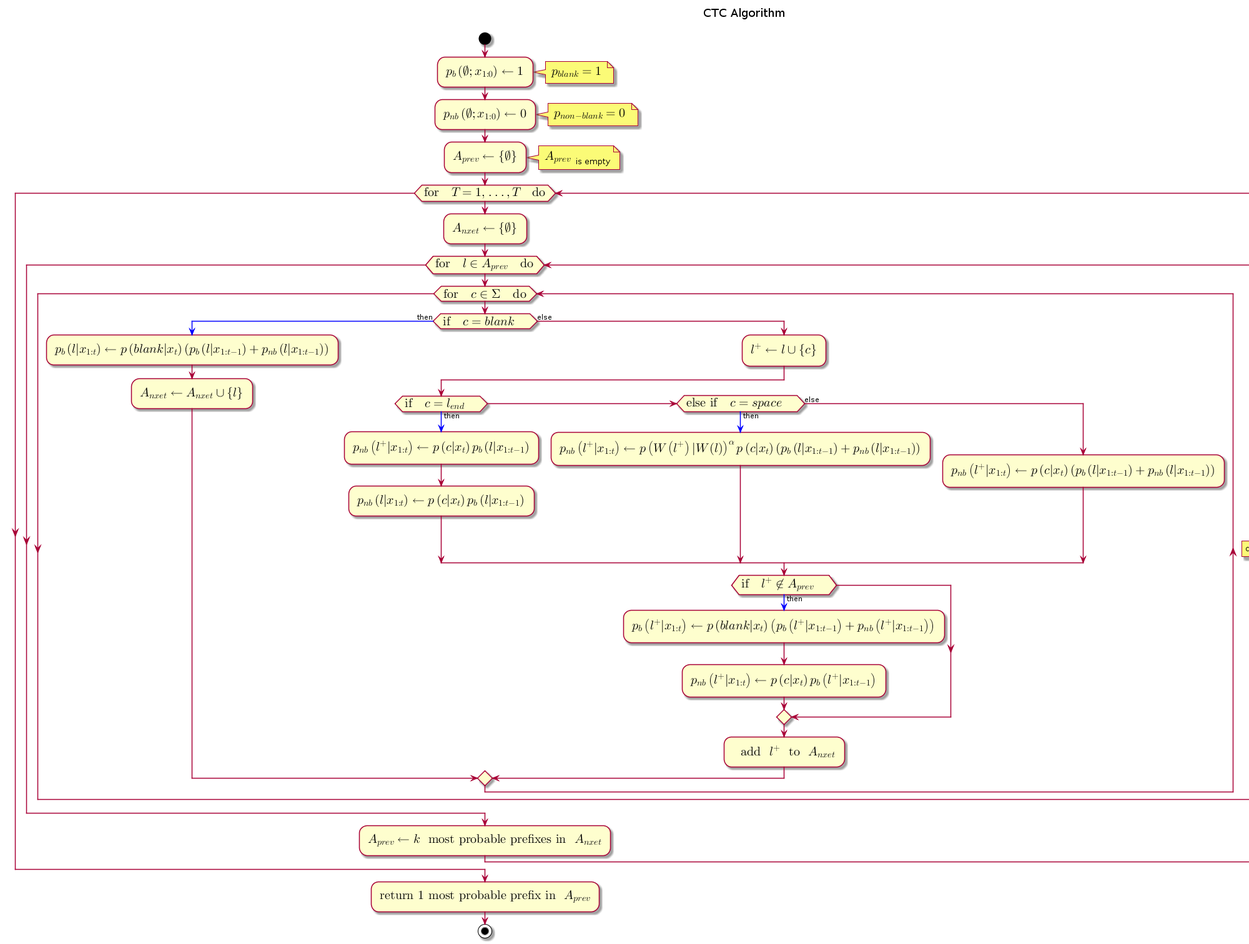
Earlier version of the PlantUML export thesis/images/ctc.png (u1273400/thesis).
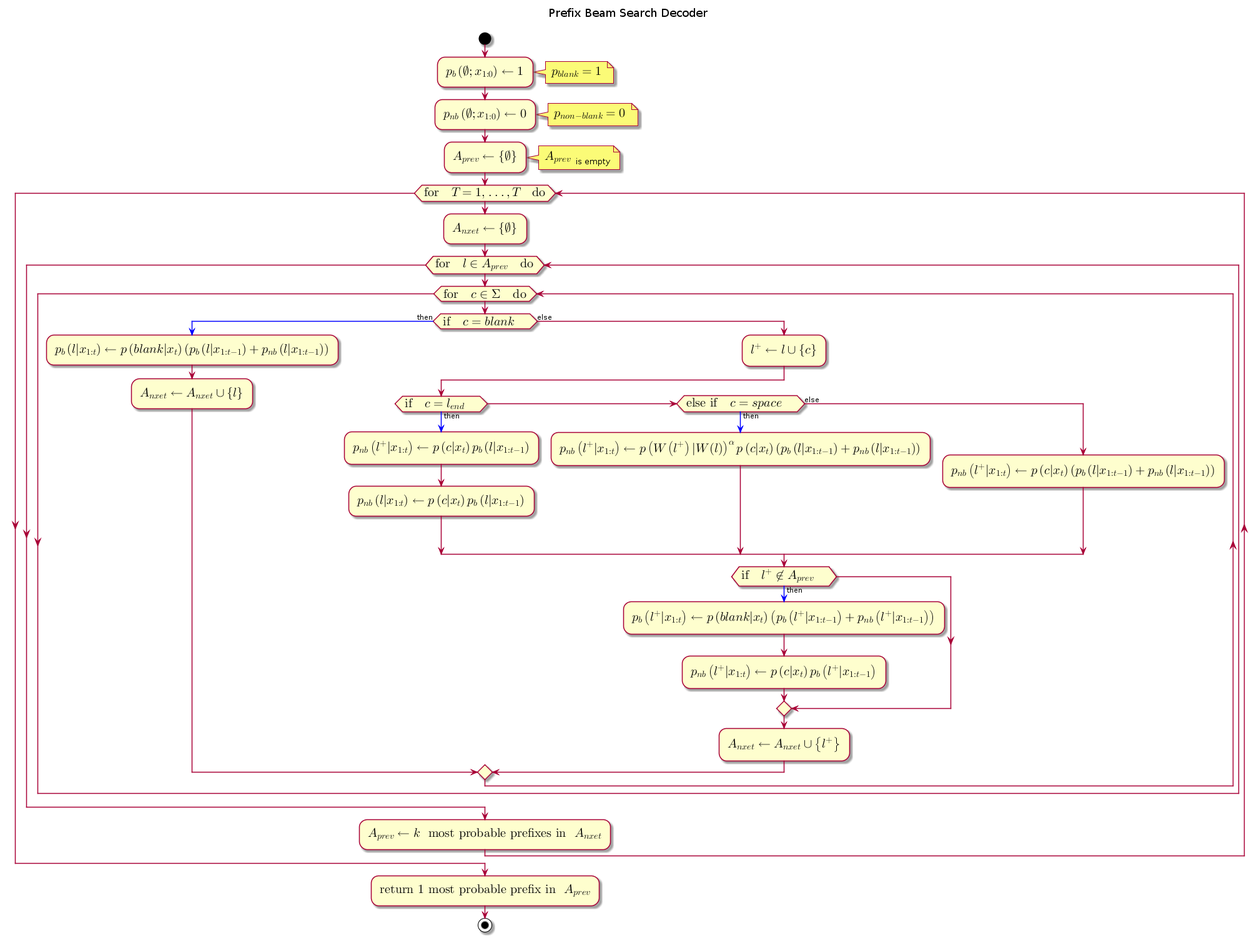
The same diagram one commit later.

What changed in the source:
```diff
@@ -1,5 +1,5 @@
 @startuml
-title CTC Algorithm \n
+title Prefix Beam Search Decoder \n
 
 start
 
@@ -16,15 +16,9 @@
  <math>A_{prev}</math> is empty
 end note
 while (<math>\text{for}\quad T=1,...,T \quad \text{do}</math>)
-note right
- more softmax in <math> T=1,...,T</math>
-end note
   :<math>A_{nxet}\leftarrow \{\emptyset\}</math>;
   while (<math>\text{for}\quad\l \in A_{prev}\quad \text{do}</math>)
     while (<math>\text{for}\quad c \in \Sigma \quad \text{do}</math>)
-      note right
-        c in vocabulary
-      end note
         if (<math>\text{if}\quad c= blank \quad </math>) then (then)
           -[#blue]->
           :<math>p_{b}(l|x_{1:t})\leftarrow p(blank|x_t)(p_b(l|x_{1:t-1})+p_{nb}(l|x_{1:t-1}))</math>;
@@ -46,7 +40,7 @@
               :<math>p_{b}(l^+|x_{1:t})\leftarrow p(blank|x_t)(p_b(l^+|x_{1:t-1})+p_{nb}(l^+|x_{1:t-1}))</math>;
               :<math>p_{nb}(l^+|x_{1:t})\leftarrow p(c|x_t)p_b(l^+|x_{1:t-1})</math>;
             endif
-              :<math>\text{ add } l^+ \text{ to } A_{nxet}</math>;
+              :<math>A_{nxet}\leftarrow \A_{nxet}\cup\{l^+\}</math>;
         endif
     endwhile
   endwhile
```
